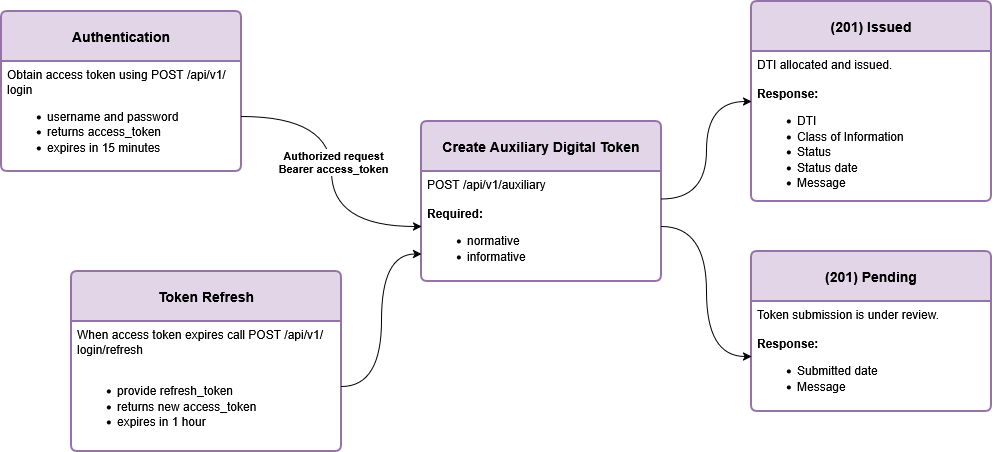
Above: DTI Allocation API - Diagram v1.drawio.png in jes-spag/drawing (draw.io), before the change. Source tidied: cells renumbered, new cells last; positions are measured from the earlier drawing's top-left corner, leaving out a move shared by most shapes.
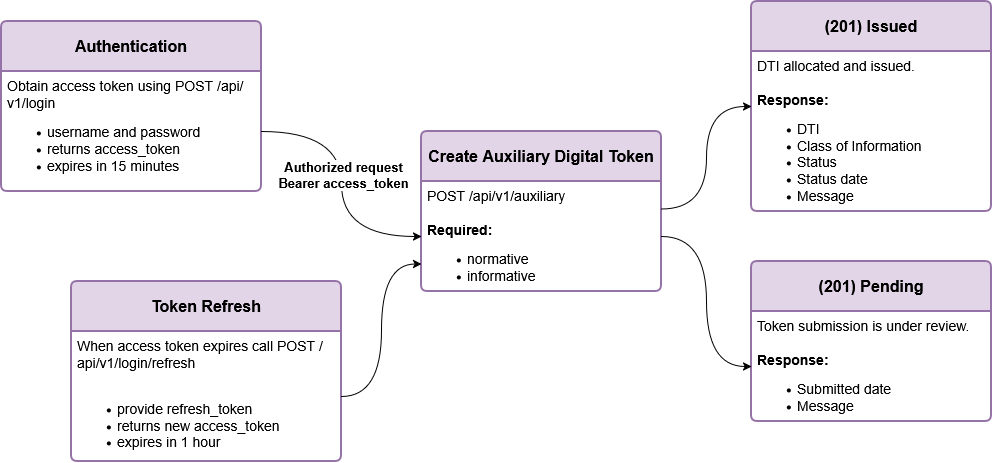
The same file after the commit.

The edit, as a diff of the source:
```diff
@@ -2,40 +2,40 @@
   <root>
     <mxCell id="0" />
     <mxCell id="1" parent="0" />
-    <mxCell id="2" value="&lt;b&gt;Authentication&lt;/b&gt;" style="swimlane;horizontal=1;startSize=50;rounded=1;fontSize=14;fontStyle=0;strokeWidth=2;shadow=0;dashed=0;align=center;arcSize=4;whiteSpace=wrap;html=1;fillColor=#e1d5e7;strokeColor=#9673a6;" parent="1" vertex="1">
-      <mxGeometry y="10" width="240" height="160" as="geometry" />
+    <mxCell id="2" value="&lt;font style=&quot;font-size: 16px;&quot;&gt;&lt;b&gt;Authentication&lt;/b&gt;&lt;/font&gt;" style="swimlane;horizontal=1;startSize=50;rounded=1;fontSize=14;fontStyle=0;strokeWidth=2;shadow=0;dashed=0;align=center;arcSize=4;whiteSpace=wrap;html=1;fillColor=#e1d5e7;strokeColor=#9673a6;" parent="1" vertex="1">
+      <mxGeometry y="10" width="260" height="170" as="geometry" />
     </mxCell>
-    <mxCell id="3" value="&lt;div&gt;Obtain access token using POST /api/v1/login&lt;/div&gt;&lt;div&gt;&lt;ul&gt;&lt;li&gt;username and password&lt;/li&gt;&lt;li&gt;returns access_token&lt;/li&gt;&lt;li&gt;expires in 15 minutes&lt;/li&gt;&lt;/ul&gt;&lt;/div&gt;" style="align=left;strokeColor=none;fillColor=none;spacingLeft=4;spacingRight=4;fontSize=12;verticalAlign=top;html=1;whiteSpace=wrap;" parent="2" vertex="1">
-      <mxGeometry y="50" width="240" height="110" as="geometry" />
+    <mxCell id="3" value="&lt;div&gt;&lt;font style=&quot;font-size: 14px;&quot;&gt;Obtain access token using POST /api/v1/login&lt;/font&gt;&lt;/div&gt;&lt;div&gt;&lt;ul&gt;&lt;li&gt;&lt;font style=&quot;font-size: 14px;&quot;&gt;username and password&lt;/font&gt;&lt;/li&gt;&lt;li&gt;&lt;font style=&quot;font-size: 14px;&quot;&gt;returns access_token&lt;/font&gt;&lt;/li&gt;&lt;li&gt;&lt;font style=&quot;font-size: 14px;&quot;&gt;expires in 15 minutes&lt;/font&gt;&lt;/li&gt;&lt;/ul&gt;&lt;/div&gt;" style="align=left;strokeColor=none;fillColor=none;spacingLeft=4;spacingRight=4;fontSize=12;verticalAlign=top;html=1;whiteSpace=wrap;" parent="2" vertex="1">
+      <mxGeometry y="50" width="260" height="120" as="geometry" />
     </mxCell>
-    <mxCell id="4" value="&lt;b&gt;Token Refresh&lt;/b&gt;" style="swimlane;horizontal=1;startSize=50;rounded=1;fontSize=14;fontStyle=0;strokeWidth=2;shadow=0;dashed=0;align=center;arcSize=4;whiteSpace=wrap;html=1;fillColor=#e1d5e7;strokeColor=#9673a6;" parent="1" vertex="1">
+    <mxCell id="4" value="&lt;font style=&quot;font-size: 16px;&quot;&gt;&lt;b&gt;Token Refresh&lt;/b&gt;&lt;/font&gt;" style="swimlane;horizontal=1;startSize=50;rounded=1;fontSize=14;fontStyle=0;strokeWidth=2;shadow=0;dashed=0;align=center;arcSize=4;whiteSpace=wrap;html=1;fillColor=#e1d5e7;strokeColor=#9673a6;" parent="1" vertex="1">
       <mxGeometry x="70" y="270" width="270" height="180" as="geometry" />
     </mxCell>
-    <mxCell id="5" value="&lt;div&gt;When access token expires call POST /api/v1/login/refresh&lt;/div&gt;&lt;div&gt;&lt;br&gt;&lt;/div&gt;&lt;div&gt;&lt;ul&gt;&lt;li&gt;provide refresh_token&lt;/li&gt;&lt;li&gt;returns new access_token&lt;/li&gt;&lt;li&gt;expires in 1 hour&lt;/li&gt;&lt;/ul&gt;&lt;/div&gt;" style="align=left;strokeColor=none;fillColor=none;spacingLeft=4;spacingRight=4;fontSize=12;verticalAlign=top;html=1;whiteSpace=wrap;" parent="4" vertex="1">
+    <mxCell id="5" value="&lt;div&gt;&lt;font style=&quot;font-size: 14px;&quot;&gt;When access token expires call POST /api/v1/login/refresh&lt;/font&gt;&lt;/div&gt;&lt;div&gt;&lt;font style=&quot;font-size: 14px;&quot;&gt;&lt;br&gt;&lt;/font&gt;&lt;/div&gt;&lt;div&gt;&lt;ul&gt;&lt;li&gt;&lt;font style=&quot;font-size: 14px;&quot;&gt;provide refresh_token&lt;/font&gt;&lt;/li&gt;&lt;li&gt;&lt;font style=&quot;font-size: 14px;&quot;&gt;returns new access_token&lt;/font&gt;&lt;/li&gt;&lt;li&gt;&lt;font style=&quot;font-size: 14px;&quot;&gt;expires in 1 hour&lt;/font&gt;&lt;/li&gt;&lt;/ul&gt;&lt;/div&gt;" style="align=left;strokeColor=none;fillColor=none;spacingLeft=4;spacingRight=4;fontSize=12;verticalAlign=top;html=1;whiteSpace=wrap;" parent="4" vertex="1">
       <mxGeometry y="50" width="270" height="130" as="geometry" />
     </mxCell>
-    <mxCell id="6" value="&lt;b&gt;Create Auxiliary Digital Token&lt;/b&gt;" style="swimlane;horizontal=1;startSize=50;rounded=1;fontSize=14;fontStyle=0;strokeWidth=2;shadow=0;dashed=0;align=center;arcSize=4;whiteSpace=wrap;html=1;fillColor=#e1d5e7;strokeColor=#9673a6;" parent="1" vertex="1">
+    <mxCell id="6" value="&lt;font style=&quot;font-size: 16px;&quot;&gt;&lt;b&gt;Create Auxiliary Digital Token&lt;/b&gt;&lt;/font&gt;" style="swimlane;horizontal=1;startSize=50;rounded=1;fontSize=14;fontStyle=0;strokeWidth=2;shadow=0;dashed=0;align=center;arcSize=4;whiteSpace=wrap;html=1;fillColor=#e1d5e7;strokeColor=#9673a6;" parent="1" vertex="1">
       <mxGeometry x="420" y="120" width="240" height="160" as="geometry" />
     </mxCell>
-    <mxCell id="7" value="&lt;div&gt;POST /api/v1/auxiliary&lt;/div&gt;&lt;div&gt;&lt;br&gt;&lt;/div&gt;&lt;div&gt;&lt;b&gt;Required:&lt;/b&gt;&lt;/div&gt;&lt;div&gt;&lt;ul&gt;&lt;li&gt;normative&lt;/li&gt;&lt;li&gt;informative&lt;/li&gt;&lt;/ul&gt;&lt;/div&gt;" style="align=left;strokeColor=none;fillColor=none;spacingLeft=4;spacingRight=4;fontSize=12;verticalAlign=top;html=1;whiteSpace=wrap;" parent="6" vertex="1">
+    <mxCell id="7" value="&lt;div&gt;&lt;font style=&quot;font-size: 14px;&quot;&gt;POST /api/v1/auxiliary&lt;/font&gt;&lt;/div&gt;&lt;div&gt;&lt;font style=&quot;font-size: 14px;&quot;&gt;&lt;br&gt;&lt;/font&gt;&lt;/div&gt;&lt;div&gt;&lt;font style=&quot;font-size: 14px;&quot;&gt;&lt;b&gt;Required:&lt;/b&gt;&lt;/font&gt;&lt;/div&gt;&lt;div&gt;&lt;ul&gt;&lt;li&gt;&lt;font style=&quot;font-size: 14px;&quot;&gt;normative&lt;/font&gt;&lt;/li&gt;&lt;li&gt;&lt;font style=&quot;font-size: 14px;&quot;&gt;informative&lt;/font&gt;&lt;/li&gt;&lt;/ul&gt;&lt;/div&gt;" style="align=left;strokeColor=none;fillColor=none;spacingLeft=4;spacingRight=4;fontSize=12;verticalAlign=top;html=1;whiteSpace=wrap;" parent="6" vertex="1">
       <mxGeometry y="50" width="240" height="110" as="geometry" />
     </mxCell>
-    <mxCell id="8" value="&lt;b&gt;(201) Issued&lt;/b&gt;" style="swimlane;horizontal=1;startSize=50;rounded=1;fontSize=14;fontStyle=0;strokeWidth=2;shadow=0;dashed=0;align=center;arcSize=4;whiteSpace=wrap;html=1;fillColor=#e1d5e7;strokeColor=#9673a6;" parent="1" vertex="1">
-      <mxGeometry x="750" width="240" height="200" as="geometry" />
+    <mxCell id="8" value="&lt;font style=&quot;font-size: 16px;&quot;&gt;&lt;b&gt;(201) Issued&lt;/b&gt;&lt;/font&gt;" style="swimlane;horizontal=1;startSize=50;rounded=1;fontSize=14;fontStyle=0;strokeWidth=2;shadow=0;dashed=0;align=center;arcSize=4;whiteSpace=wrap;html=1;fillColor=#e1d5e7;strokeColor=#9673a6;" parent="1" vertex="1">
+      <mxGeometry x="750" y="-10" width="240" height="210" as="geometry" />
     </mxCell>
-    <mxCell id="9" value="&lt;div&gt;DTI allocated and issued.&lt;/div&gt;&lt;div&gt;&lt;br&gt;&lt;/div&gt;&lt;div&gt;&lt;b&gt;Response:&lt;/b&gt;&lt;/div&gt;&lt;div&gt;&lt;ul&gt;&lt;li&gt;DTI&lt;/li&gt;&lt;li&gt;Class of Information&lt;/li&gt;&lt;li&gt;Status&lt;/li&gt;&lt;li&gt;Status date&lt;/li&gt;&lt;li&gt;Message&lt;/li&gt;&lt;/ul&gt;&lt;/div&gt;" style="align=left;strokeColor=none;fillColor=none;spacingLeft=4;spacingRight=4;fontSize=12;verticalAlign=top;html=1;whiteSpace=wrap;" parent="8" vertex="1">
-      <mxGeometry y="50" width="240" height="150" as="geometry" />
+    <mxCell id="9" value="&lt;div&gt;&lt;font style=&quot;font-size: 14px;&quot;&gt;DTI allocated and issued.&lt;/font&gt;&lt;/div&gt;&lt;div&gt;&lt;font style=&quot;font-size: 14px;&quot;&gt;&lt;br&gt;&lt;/font&gt;&lt;/div&gt;&lt;div&gt;&lt;font style=&quot;font-size: 14px;&quot;&gt;&lt;b&gt;Response:&lt;/b&gt;&lt;/font&gt;&lt;/div&gt;&lt;div&gt;&lt;ul&gt;&lt;li&gt;&lt;font style=&quot;font-size: 14px;&quot;&gt;DTI&lt;/font&gt;&lt;/li&gt;&lt;li&gt;&lt;font style=&quot;font-size: 14px;&quot;&gt;Class of Information&lt;/font&gt;&lt;/li&gt;&lt;li&gt;&lt;font style=&quot;font-size: 14px;&quot;&gt;Status&lt;/font&gt;&lt;/li&gt;&lt;li&gt;&lt;font style=&quot;font-size: 14px;&quot;&gt;Status date&lt;/font&gt;&lt;/li&gt;&lt;li&gt;&lt;font style=&quot;font-size: 14px;&quot;&gt;Message&lt;/font&gt;&lt;/li&gt;&lt;/ul&gt;&lt;/div&gt;" style="align=left;strokeColor=none;fillColor=none;spacingLeft=4;spacingRight=4;fontSize=12;verticalAlign=top;html=1;whiteSpace=wrap;" parent="8" vertex="1">
+      <mxGeometry y="50" width="240" height="160" as="geometry" />
     </mxCell>
-    <mxCell id="10" value="&lt;b&gt;(201) Pending&lt;/b&gt;" style="swimlane;horizontal=1;startSize=50;rounded=1;fontSize=14;fontStyle=0;strokeWidth=2;shadow=0;dashed=0;align=center;arcSize=4;whiteSpace=wrap;html=1;fillColor=#e1d5e7;strokeColor=#9673a6;" parent="1" vertex="1">
+    <mxCell id="10" value="&lt;font style=&quot;font-size: 16px;&quot;&gt;&lt;b&gt;(201) Pending&lt;/b&gt;&lt;/font&gt;" style="swimlane;horizontal=1;startSize=50;rounded=1;fontSize=14;fontStyle=0;strokeWidth=2;shadow=0;dashed=0;align=center;arcSize=4;whiteSpace=wrap;html=1;fillColor=#e1d5e7;strokeColor=#9673a6;" parent="1" vertex="1">
       <mxGeometry x="750" y="250" width="240" height="160" as="geometry" />
     </mxCell>
-    <mxCell id="11" value="&lt;div&gt;Token submission is under review.&lt;/div&gt;&lt;div&gt;&lt;br&gt;&lt;/div&gt;&lt;div&gt;&lt;b&gt;Response:&lt;/b&gt;&lt;/div&gt;&lt;div&gt;&lt;ul&gt;&lt;li&gt;Submitted date&lt;/li&gt;&lt;li&gt;Message&lt;/li&gt;&lt;/ul&gt;&lt;/div&gt;" style="align=left;strokeColor=none;fillColor=none;spacingLeft=4;spacingRight=4;fontSize=12;verticalAlign=top;html=1;whiteSpace=wrap;" parent="10" vertex="1">
+    <mxCell id="11" value="&lt;div&gt;&lt;font style=&quot;font-size: 14px;&quot;&gt;Token submission is under review.&lt;/font&gt;&lt;/div&gt;&lt;div&gt;&lt;font style=&quot;font-size: 14px;&quot;&gt;&lt;br&gt;&lt;/font&gt;&lt;/div&gt;&lt;div&gt;&lt;font style=&quot;font-size: 14px;&quot;&gt;&lt;b&gt;Response:&lt;/b&gt;&lt;/font&gt;&lt;/div&gt;&lt;div&gt;&lt;ul&gt;&lt;li&gt;&lt;font style=&quot;font-size: 14px;&quot;&gt;Submitted date&lt;/font&gt;&lt;/li&gt;&lt;li&gt;&lt;font style=&quot;font-size: 14px;&quot;&gt;Message&lt;/font&gt;&lt;/li&gt;&lt;/ul&gt;&lt;/div&gt;" style="align=left;strokeColor=none;fillColor=none;spacingLeft=4;spacingRight=4;fontSize=12;verticalAlign=top;html=1;whiteSpace=wrap;" parent="10" vertex="1">
       <mxGeometry y="50" width="240" height="110" as="geometry" />
     </mxCell>
     <mxCell id="12" style="edgeStyle=orthogonalEdgeStyle;rounded=0;jettySize=auto;html=1;curved=1;" parent="1" edge="1" source="3" target="7">
       <mxGeometry relative="1" as="geometry" />
     </mxCell>
-    <mxCell id="13" value="&lt;div&gt;&lt;span&gt;Authorized request&lt;/span&gt;&lt;/div&gt;&lt;div&gt;&lt;span&gt;Bearer access_token&lt;/span&gt;&lt;/div&gt;" style="edgeLabel;html=1;align=center;verticalAlign=middle;fontStyle=1;" parent="12" vertex="1">
+    <mxCell id="13" value="&lt;div&gt;&lt;font style=&quot;font-size: 13px;&quot;&gt;&lt;span&gt;Authorized request&lt;/span&gt;&lt;/font&gt;&lt;/div&gt;&lt;div&gt;&lt;font style=&quot;font-size: 13px;&quot;&gt;&lt;span&gt;Bearer access_token&lt;/span&gt;&lt;/font&gt;&lt;/div&gt;" style="edgeLabel;html=1;align=center;verticalAlign=middle;fontStyle=1;" parent="12" vertex="1">
       <mxGeometry x="-0.07" y="1" relative="1" as="geometry" />
     </mxCell>
     <mxCell id="14" style="edgeStyle=orthogonalEdgeStyle;rounded=0;jettySize=auto;html=1;entryX=0;entryY=0.75;entryDx=0;entryDy=0;curved=1;" parent="1" edge="1" source="5" target="7">
```
